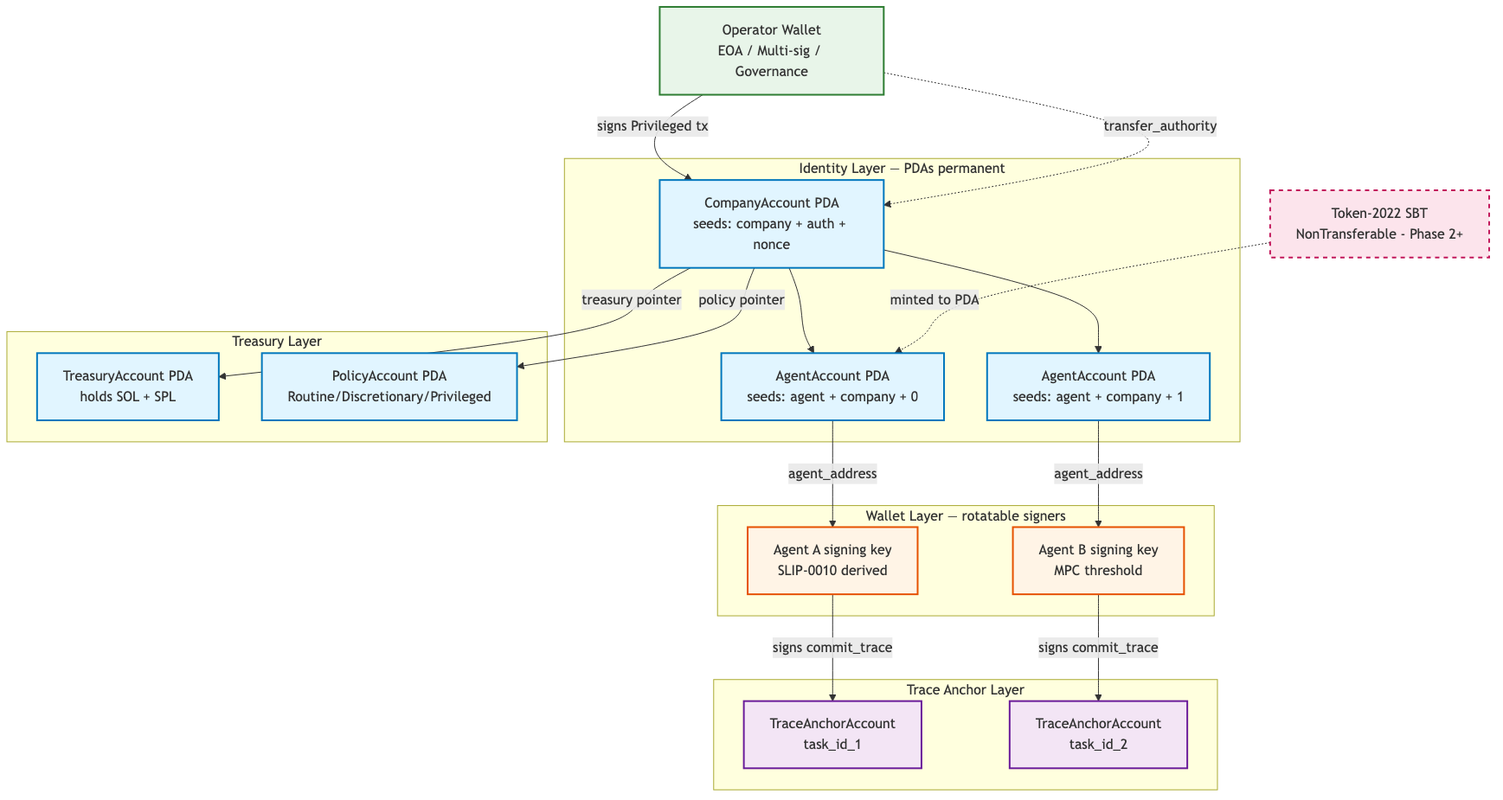
The Mermaid diagram docs/diagrams/identity-layered.png in Occa-Labs/occa-core, before a commit. Its source is kept beside it as docs/diagrams/identity-layered.mmd.
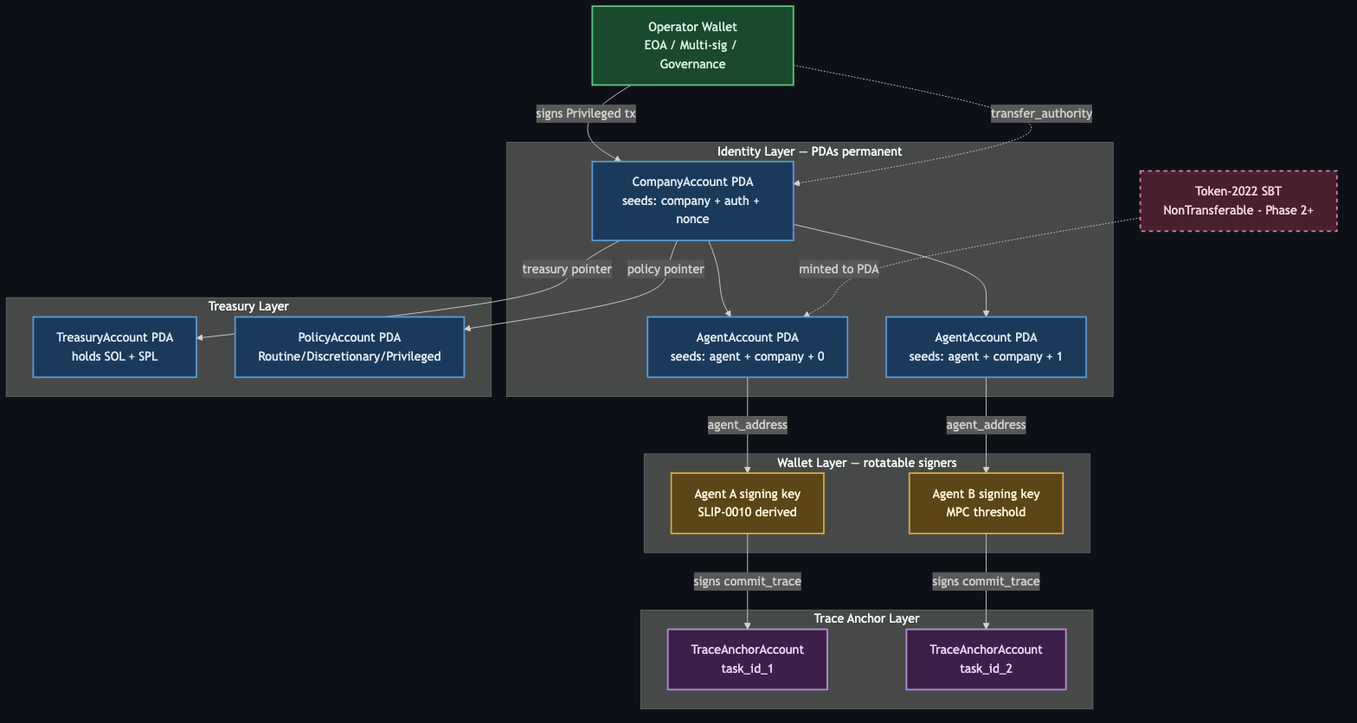
Above is the later version.

Change to the diagram source:
```diff
@@ -36,11 +36,11 @@
     W2 -->|signs commit_trace| TA2
     SBT -.->|minted to PDA| AG1
 
-    classDef pda fill:#e1f5ff,stroke:#0277bd,stroke-width:2px
-    classDef wallet fill:#fff4e6,stroke:#e65100,stroke-width:2px
-    classDef trace fill:#f3e5f5,stroke:#6a1b9a,stroke-width:2px
-    classDef badge fill:#fce4ec,stroke:#c2185b,stroke-width:2px,stroke-dasharray: 5 5
-    classDef op fill:#e8f5e9,stroke:#2e7d32,stroke-width:2px
+    classDef pda fill:#1a3a5c,stroke:#5b9bd5,color:#dde8f5,stroke-width:2px
+    classDef wallet fill:#5c4516,stroke:#d9a84a,color:#fff4dc,stroke-width:2px
+    classDef trace fill:#3d1f4a,stroke:#b48fd9,color:#e8d4f5,stroke-width:2px
+    classDef badge fill:#4a1f30,stroke:#d97da4,color:#f5d4e0,stroke-width:2px,stroke-dasharray: 5 5
+    classDef op fill:#1a4a2e,stroke:#5fc784,color:#d4f0de,stroke-width:2px
 
     class CO,AG1,AG2,TR,PO pda
     class W1,W2 wallet
```
